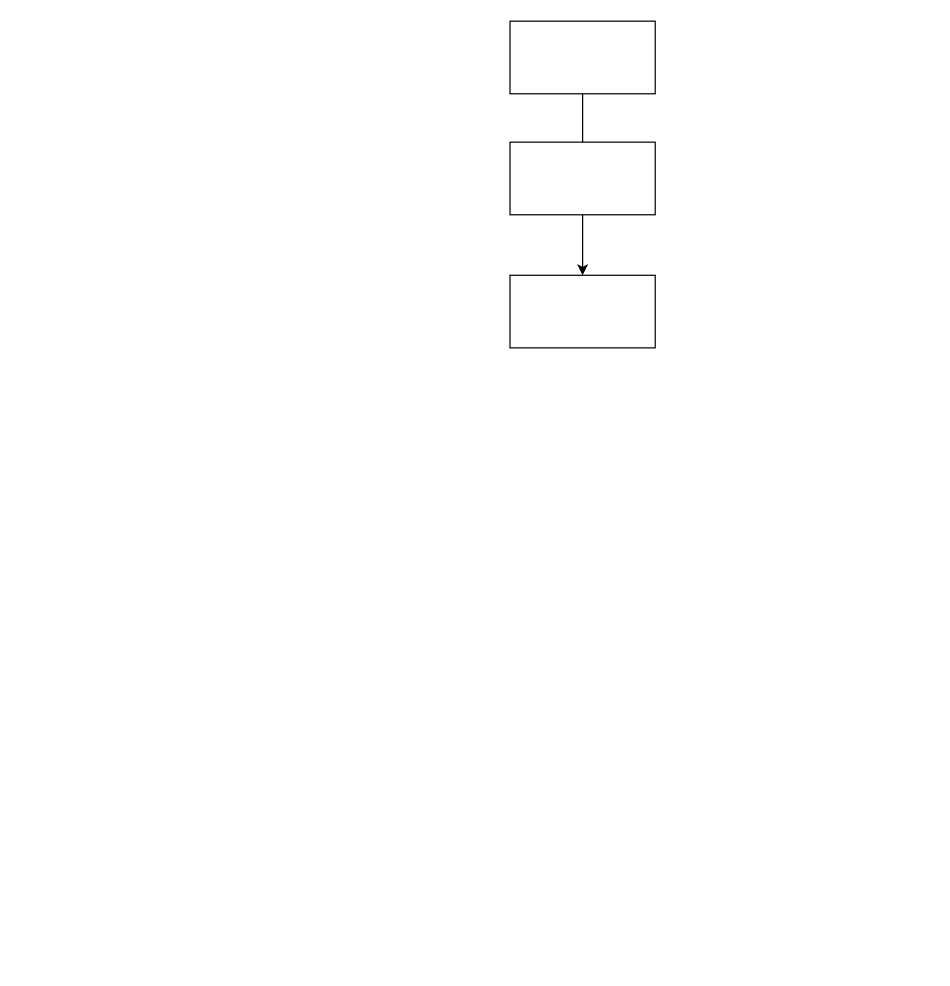
israelfargasasquith/IIA_Cafe keeps this draw.io diagram as PrimerDiragramaIIA.drawio. Above is the earlier version. Source tidied: cells renumbered, new cells numbered last; positions are measured from the earlier drawing's top-left corner, leaving out a move shared by most shapes. Both pictures are drawn from the tidied source at 121%, with x=0, y=0 at pixel (509, 21).
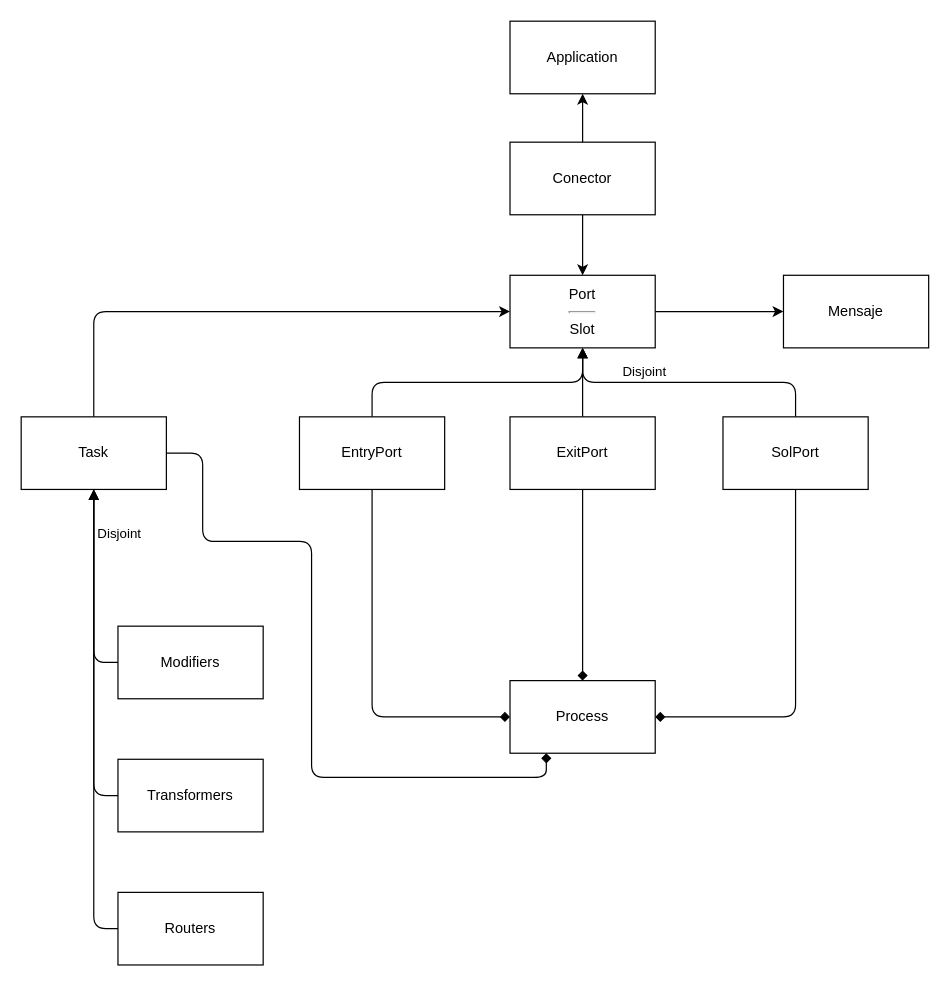
After the change.

Diff of the diagram source:
```diff
@@
-    <mxCell id="2" style="edgeStyle=orthogonalEdgeStyle;rounded=0;jettySize=auto;html=1;exitX=0.5;exitY=1;exitDx=0;exitDy=0;endArrow=none;endFill=0;" parent="1" edge="1" source="3" target="5">
+    <mxCell id="2" style="edgeStyle=orthogonalEdgeStyle;rounded=0;jettySize=auto;html=1;exitX=0.5;exitY=1;exitDx=0;exitDy=0;endArrow=none;endFill=0;startArrow=classic;startFill=1;" parent="1" edge="1" source="3" target="5">
       <mxGeometry relative="1" as="geometry" />
     </mxCell>
-    <mxCell id="3" style="rounded=0;whiteSpace=wrap;html=1;" parent="1" vertex="1">
+    <mxCell id="3" value="Application" style="rounded=0;whiteSpace=wrap;html=1;" parent="1" vertex="1">
       <mxGeometry width="120" height="60" as="geometry" />
     </mxCell>
@@
-    <mxCell id="5" style="rounded=0;whiteSpace=wrap;html=1;" parent="1" vertex="1">
+    <mxCell id="5" value="Conector" style="rounded=0;whiteSpace=wrap;html=1;" parent="1" vertex="1">
       <mxGeometry y="100" width="120" height="60" as="geometry" />
     </mxCell>
+    <mxCell id="7" style="edgeStyle=orthogonalEdgeStyle;jettySize=auto;html=1;exitX=1;exitY=0.5;exitDx=0;exitDy=0;entryX=0;entryY=0.5;entryDx=0;entryDy=0;" parent="1" edge="1" source="6" target="12">
+      <mxGeometry relative="1" as="geometry" />
+    </mxCell>
+    <mxCell id="8" style="edgeStyle=orthogonalEdgeStyle;jettySize=auto;html=1;exitX=0.5;exitY=1;exitDx=0;exitDy=0;entryX=0.5;entryY=0;entryDx=0;entryDy=0;endArrow=none;endFill=0;startArrow=block;startFill=1;" parent="1" edge="1" source="6" target="14">
+      <mxGeometry relative="1" as="geometry" />
+    </mxCell>
+    <mxCell id="9" style="edgeStyle=orthogonalEdgeStyle;jettySize=auto;html=1;exitX=0.5;exitY=1;exitDx=0;exitDy=0;entryX=0.5;entryY=0;entryDx=0;entryDy=0;endArrow=none;endFill=0;startArrow=block;startFill=1;" parent="1" edge="1" source="6" target="16">
+      <mxGeometry relative="1" as="geometry" />
+    </mxCell>
+    <mxCell id="10" style="edgeStyle=orthogonalEdgeStyle;jettySize=auto;html=1;exitX=0.5;exitY=1;exitDx=0;exitDy=0;endArrow=none;endFill=0;startArrow=block;startFill=1;" parent="1" edge="1" source="6" target="18">
+      <mxGeometry relative="1" as="geometry" />
+    </mxCell>
+    <mxCell id="11" value="&lt;div&gt;Disjoint&lt;/div&gt;" style="edgeLabel;html=1;align=center;verticalAlign=middle;" parent="10" vertex="1">
+      <mxGeometry x="-0.33" y="3" relative="1" as="geometry">
+        <mxPoint x="1" y="-6" as="offset" />
+      </mxGeometry>
+    </mxCell>
-    <mxCell id="6" style="rounded=0;whiteSpace=wrap;html=1;" parent="1" vertex="1">
+    <mxCell id="6" value="&lt;div&gt;Port&lt;hr&gt;Slot&lt;/div&gt;" style="rounded=0;whiteSpace=wrap;html=1;" parent="1" vertex="1">
       <mxGeometry y="210" width="120" height="60" as="geometry" />
     </mxCell>
+    <mxCell id="12" value="Mensaje" style="rounded=0;whiteSpace=wrap;html=1;" parent="1" vertex="1">
+      <mxGeometry x="226" y="210" width="120" height="60" as="geometry" />
+    </mxCell>
+    <mxCell id="13" style="edgeStyle=orthogonalEdgeStyle;jettySize=auto;html=1;exitX=0.5;exitY=1;exitDx=0;exitDy=0;entryX=0;entryY=0.5;entryDx=0;entryDy=0;endArrow=diamond;endFill=1;" parent="1" edge="1" source="14" target="26">
+      <mxGeometry relative="1" as="geometry" />
+    </mxCell>
+    <mxCell id="14" value="EntryPort" style="rounded=0;whiteSpace=wrap;html=1;" parent="1" vertex="1">
+      <mxGeometry x="-174" y="327" width="120" height="60" as="geometry" />
+    </mxCell>
+    <mxCell id="15" style="edgeStyle=orthogonalEdgeStyle;jettySize=auto;html=1;exitX=0.5;exitY=1;exitDx=0;exitDy=0;entryX=0.5;entryY=0;entryDx=0;entryDy=0;endArrow=diamond;endFill=1;" parent="1" edge="1" source="16" target="26">
+      <mxGeometry relative="1" as="geometry" />
+    </mxCell>
+    <mxCell id="16" value="ExitPort" style="rounded=0;whiteSpace=wrap;html=1;" parent="1" vertex="1">
+      <mxGeometry y="327" width="120" height="60" as="geometry" />
+    </mxCell>
+    <mxCell id="17" style="edgeStyle=orthogonalEdgeStyle;jettySize=auto;html=1;exitX=0.5;exitY=1;exitDx=0;exitDy=0;entryX=1;entryY=0.5;entryDx=0;entryDy=0;endArrow=diamond;endFill=1;" parent="1" edge="1" source="18" target="26">
+      <mxGeometry relative="1" as="geometry" />
+    </mxCell>
+    <mxCell id="18" value="SolPort" style="rounded=0;whiteSpace=wrap;html=1;" parent="1" vertex="1">
+      <mxGeometry x="176" y="327" width="120" height="60" as="geometry" />
+    </mxCell>
+    <mxCell id="19" style="edgeStyle=orthogonalEdgeStyle;jettySize=auto;html=1;exitX=0.5;exitY=0;exitDx=0;exitDy=0;entryX=0;entryY=0.5;entryDx=0;entryDy=0;" parent="1" edge="1" source="25" target="6">
+      <mxGeometry relative="1" as="geometry" />
+    </mxCell>
+    <mxCell id="20" style="edgeStyle=orthogonalEdgeStyle;jettySize=auto;html=1;exitX=0.5;exitY=1;exitDx=0;exitDy=0;entryX=0;entryY=0.5;entryDx=0;entryDy=0;endArrow=none;endFill=0;startArrow=block;startFill=1;" parent="1" edge="1" source="25" target="27">
+      <mxGeometry relative="1" as="geometry" />
+    </mxCell>
+    <mxCell id="21" style="edgeStyle=orthogonalEdgeStyle;jettySize=auto;html=1;exitX=0.5;exitY=1;exitDx=0;exitDy=0;entryX=0;entryY=0.5;entryDx=0;entryDy=0;endArrow=none;endFill=0;startArrow=block;startFill=1;" parent="1" edge="1" source="25" target="28">
+      <mxGeometry relative="1" as="geometry" />
+    </mxCell>
+    <mxCell id="22" style="edgeStyle=orthogonalEdgeStyle;jettySize=auto;html=1;exitX=0.5;exitY=1;exitDx=0;exitDy=0;entryX=0;entryY=0.5;entryDx=0;entryDy=0;endArrow=none;endFill=0;startArrow=block;startFill=1;" parent="1" edge="1" source="25" target="29">
+      <mxGeometry relative="1" as="geometry" />
+    </mxCell>
+    <mxCell id="23" value="&lt;div&gt;Disjoint&lt;/div&gt;" style="edgeLabel;html=1;align=center;verticalAlign=middle;" parent="22" vertex="1">
+      <mxGeometry x="-0.81" y="-2" relative="1" as="geometry">
+        <mxPoint x="22" as="offset" />
+      </mxGeometry>
+    </mxCell>
+    <mxCell id="24" style="edgeStyle=orthogonalEdgeStyle;jettySize=auto;html=1;exitX=1;exitY=0.5;exitDx=0;exitDy=0;entryX=0.25;entryY=1;entryDx=0;entryDy=0;endArrow=diamond;endFill=1;" parent="1" edge="1" source="25" target="26">
+      <mxGeometry relative="1" as="geometry">
+        <Array as="points">
+          <mxPoint x="-254" y="357" />
+          <mxPoint x="-254" y="430" />
+          <mxPoint x="-164" y="430" />
+          <mxPoint x="-164" y="625" />
+          <mxPoint x="30" y="625" />
+        </Array>
+      </mxGeometry>
+    </mxCell>
+    <mxCell id="25" value="Task" style="rounded=0;whiteSpace=wrap;html=1;" parent="1" vertex="1">
+      <mxGeometry x="-404" y="327" width="120" height="60" as="geometry" />
+    </mxCell>
+    <mxCell id="26" value="Process" style="rounded=0;whiteSpace=wrap;html=1;" parent="1" vertex="1">
+      <mxGeometry y="545" width="120" height="60" as="geometry" />
+    </mxCell>
+    <mxCell id="27" value="Modifiers" style="rounded=0;whiteSpace=wrap;html=1;" parent="1" vertex="1">
+      <mxGeometry x="-324" y="500" width="120" height="60" as="geometry" />
+    </mxCell>
+    <mxCell id="28" value="Transformers" style="rounded=0;whiteSpace=wrap;html=1;" parent="1" vertex="1">
+      <mxGeometry x="-324" y="610" width="120" height="60" as="geometry" />
+    </mxCell>
+    <mxCell id="29" value="Routers" style="rounded=0;whiteSpace=wrap;html=1;" parent="1" vertex="1">
+      <mxGeometry x="-324" y="720" width="120" height="60" as="geometry" />
+    </mxCell>
```
